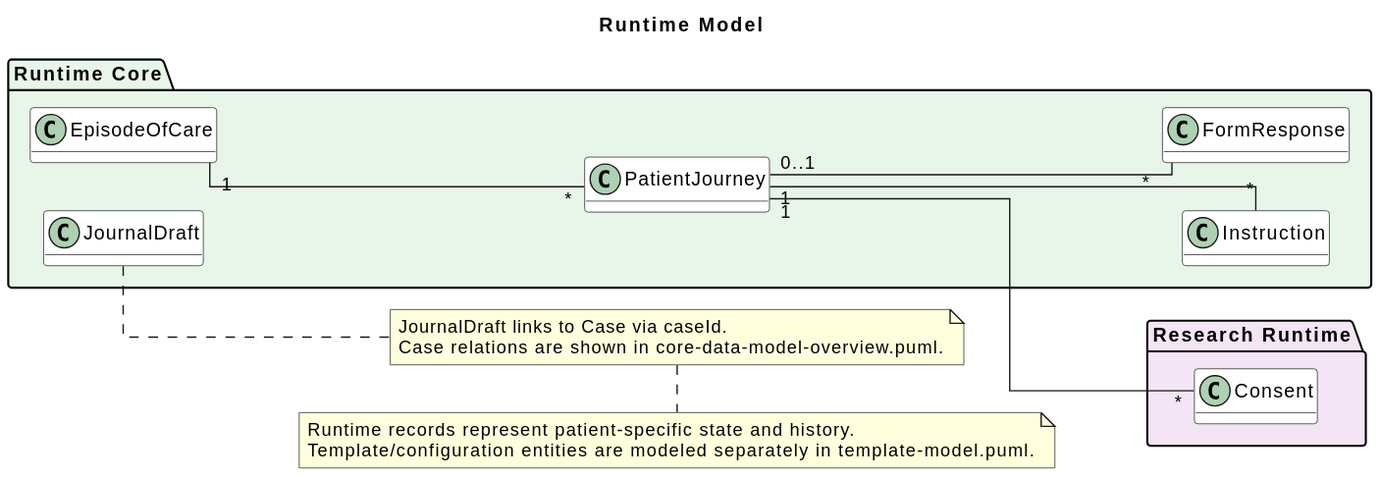
This is docs/diagrams/runtime-model.svg from gforge/DUK, a PlantUML export, as it was before one commit. The source it was exported from:
```plantuml
@startuml

title Runtime Model

left to right direction
skinparam linetype ortho
skinparam shadowing false
skinparam classBackgroundColor white
hide methods
hide stereotypes

package "Runtime Core" #E8F5E9 {
  class EpisodeOfCare
  class PatientJourney
  class Instruction
  class FormResponse
  class JournalDraft
}

package "Research Runtime" #F3E5F5 {
  class Consent
}

EpisodeOfCare "1" -- "*" PatientJourney
PatientJourney "1" -- "*" Instruction
PatientJourney "1" -- "*" Consent
PatientJourney "0..1" -- "*" FormResponse

note right of JournalDraft
  JournalDraft links to Case via caseId.
  Case relations are shown in core-data-model-overview.puml.
end note

note bottom
  Runtime records represent patient-specific state and history.
  Template/configuration entities are modeled separately in template-model.puml.
end note
@enduml
```
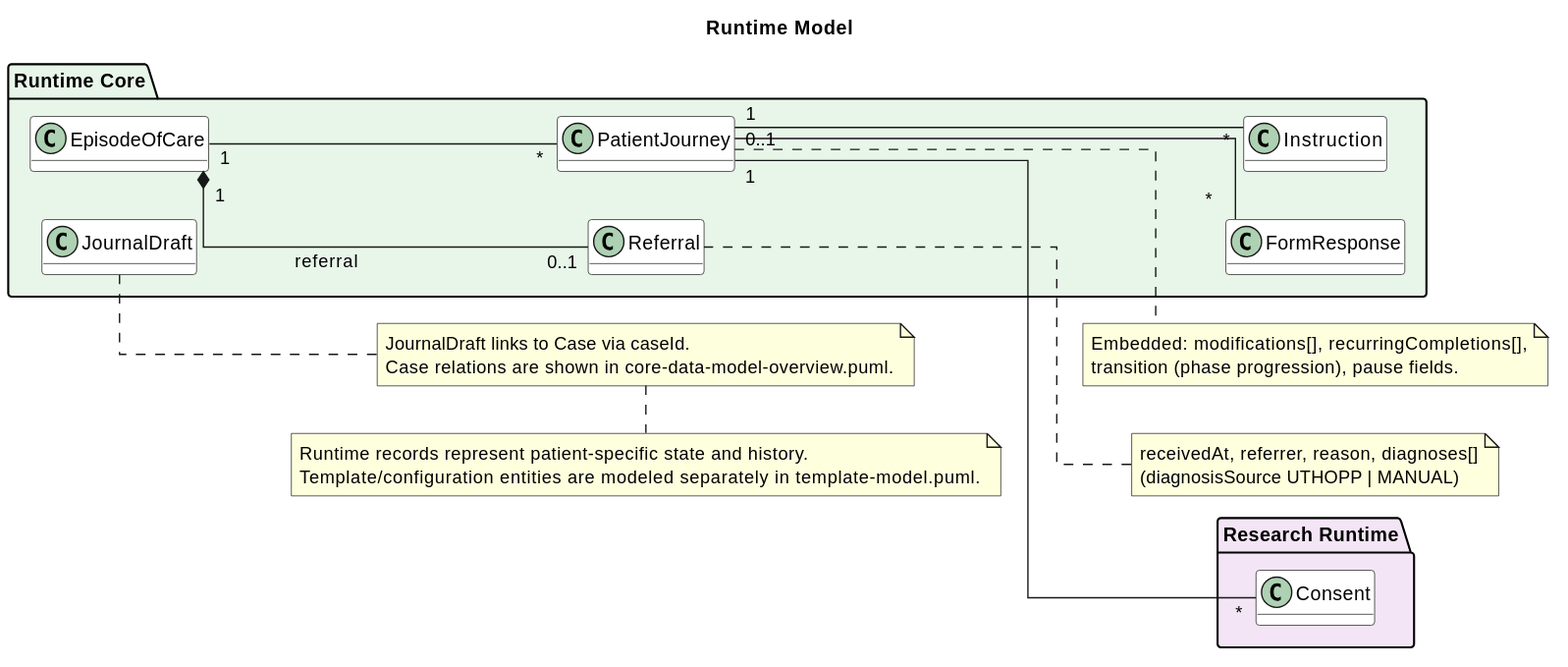
After the change.

Diff of the diagram source:
```diff
@@ -11,6 +11,7 @@
 
 package "Runtime Core" #E8F5E9 {
   class EpisodeOfCare
+  class Referral <<embedded>>
   class PatientJourney
   class Instruction
   class FormResponse
@@ -22,9 +23,20 @@
 }
 
 EpisodeOfCare "1" -- "*" PatientJourney
+EpisodeOfCare "1" *-- "0..1" Referral : referral
 PatientJourney "1" -- "*" Instruction
 PatientJourney "1" -- "*" Consent
 PatientJourney "0..1" -- "*" FormResponse
+
+note right of PatientJourney
+  Embedded: modifications[], recurringCompletions[],
+  transition (phase progression), pause fields.
+end note
+
+note right of Referral
+  receivedAt, referrer, reason, diagnoses[]
+  (diagnosisSource UTHOPP | MANUAL)
+end note
 
 note right of JournalDraft
   JournalDraft links to Case via caseId.
```
